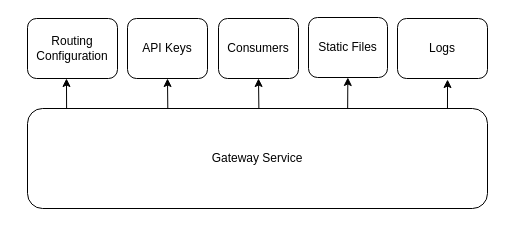
The draw.io diagram page "Components" (2 of 2) of Docs/Diagrams.drawio in PKPublicCode/SecuredApi, before the edit. Source tidied: cells renumbered, new cells numbered last; positions are measured from the earlier drawing's top-left corner, leaving out a move shared by most shapes. Both pictures are drawn from the tidied source at 100%, with x=0, y=0 at pixel (27, 17).
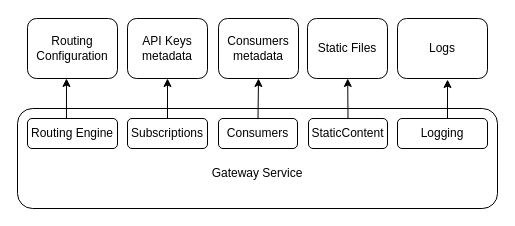
Above is the later version.

What changed in the source:
```diff
@@
 <mxGraphModel>
   <root>
     <mxCell id="0" />
     <mxCell id="1" parent="0" />
-    <mxCell id="2" value="Gateway Service" style="rounded=1;whiteSpace=wrap;html=1;" parent="1" vertex="1">
-      <mxGeometry y="91" width="460" height="100" as="geometry" />
+    <mxCell id="2" value="&lt;div&gt;&lt;br&gt;&lt;/div&gt;&lt;div&gt;&lt;br&gt;&lt;/div&gt;Gateway Service" style="rounded=1;whiteSpace=wrap;html=1;" parent="1" vertex="1">
+      <mxGeometry x="-10" y="91" width="480" height="100" as="geometry" />
     </mxCell>
     <mxCell id="3" value="Routing Configuration" style="rounded=1;whiteSpace=wrap;html=1;" parent="1" vertex="1">
       <mxGeometry y="1" width="90" height="60" as="geometry" />
     </mxCell>
-    <mxCell id="4" value="API Keys" style="rounded=1;whiteSpace=wrap;html=1;" parent="1" vertex="1">
+    <mxCell id="4" value="API Keys metadata" style="rounded=1;whiteSpace=wrap;html=1;" parent="1" vertex="1">
       <mxGeometry x="100" y="1" width="80" height="60" as="geometry" />
     </mxCell>
-    <mxCell id="5" value="Consumers" style="rounded=1;whiteSpace=wrap;html=1;" parent="1" vertex="1">
+    <mxCell id="5" value="Consumers metadata" style="rounded=1;whiteSpace=wrap;html=1;" parent="1" vertex="1">
       <mxGeometry x="191" y="1" width="80" height="60" as="geometry" />
     </mxCell>
     <mxCell id="6" value="Static Files" style="rounded=1;whiteSpace=wrap;html=1;" parent="1" vertex="1">
-      <mxGeometry x="281" width="79" height="60" as="geometry" />
+      <mxGeometry x="280" y="1" width="80" height="60" as="geometry" />
     </mxCell>
     <mxCell id="7" value="Logs" style="rounded=1;whiteSpace=wrap;html=1;" parent="1" vertex="1">
       <mxGeometry x="370" y="1" width="90" height="60" as="geometry" />
     </mxCell>
-    <mxCell id="8" style="endArrow=classic;html=1;rounded=0;exitX=0.085;exitY=0;exitDx=0;exitDy=0;exitPerimeter=0;entryX=0.433;entryY=1;entryDx=0;entryDy=0;entryPerimeter=0;" parent="1" edge="1" source="2" target="3">
+    <mxCell id="8" style="endArrow=classic;html=1;rounded=0;exitX=0.433;exitY=0;exitDx=0;exitDy=0;exitPerimeter=0;entryX=0.433;entryY=1;entryDx=0;entryDy=0;entryPerimeter=0;" parent="1" edge="1" source="13" target="3">
       <mxGeometry relative="1" as="geometry" />
     </mxCell>
-    <mxCell id="9" style="endArrow=classic;html=1;rounded=0;entryX=0.5;entryY=1;entryDx=0;entryDy=0;exitX=0.305;exitY=-0.002;exitDx=0;exitDy=0;exitPerimeter=0;" parent="1" edge="1" source="2" target="4">
+    <mxCell id="9" style="endArrow=classic;html=1;rounded=0;entryX=0.5;entryY=1;entryDx=0;entryDy=0;exitX=0.5;exitY=0;exitDx=0;exitDy=0;" parent="1" edge="1" source="14" target="4">
       <mxGeometry relative="1" as="geometry" />
     </mxCell>
-    <mxCell id="10" style="endArrow=classic;html=1;rounded=0;entryX=0.5;entryY=1;entryDx=0;entryDy=0;exitX=0.503;exitY=0;exitDx=0;exitDy=0;exitPerimeter=0;" parent="1" edge="1" source="2" target="5">
+    <mxCell id="10" style="endArrow=classic;html=1;rounded=0;entryX=0.5;entryY=1;entryDx=0;entryDy=0;exitX=0.5;exitY=0;exitDx=0;exitDy=0;" parent="1" edge="1" source="15" target="5">
       <mxGeometry relative="1" as="geometry" />
     </mxCell>
-    <mxCell id="11" style="endArrow=classic;html=1;rounded=0;exitX=0.696;exitY=0;exitDx=0;exitDy=0;exitPerimeter=0;" parent="1" edge="1" source="2" target="6">
+    <mxCell id="11" style="endArrow=classic;html=1;rounded=0;exitX=0.5;exitY=0;exitDx=0;exitDy=0;" parent="1" edge="1" source="16" target="6">
       <mxGeometry relative="1" as="geometry" />
     </mxCell>
-    <mxCell id="12" style="endArrow=classic;html=1;rounded=0;entryX=0.556;entryY=1.017;entryDx=0;entryDy=0;entryPerimeter=0;exitX=0.913;exitY=0.002;exitDx=0;exitDy=0;exitPerimeter=0;" parent="1" edge="1" source="2" target="7">
-      <mxGeometry relative="1" as="geometry" />
+    <mxCell id="12" style="endArrow=classic;html=1;rounded=0;entryX=0.556;entryY=1.017;entryDx=0;entryDy=0;entryPerimeter=0;" parent="1" edge="1" target="7">
+      <mxGeometry relative="1" as="geometry">
+        <mxPoint x="420" y="101" as="sourcePoint" />
+      </mxGeometry>
     </mxCell>
+    <mxCell id="13" value="Routing Engine" style="rounded=1;whiteSpace=wrap;html=1;" parent="1" vertex="1">
+      <mxGeometry y="101" width="90" height="30" as="geometry" />
+    </mxCell>
+    <mxCell id="14" value="Subscriptions" style="rounded=1;whiteSpace=wrap;html=1;" parent="1" vertex="1">
+      <mxGeometry x="100" y="101" width="80" height="30" as="geometry" />
+    </mxCell>
+    <mxCell id="15" value="Consumers" style="rounded=1;whiteSpace=wrap;html=1;" parent="1" vertex="1">
+      <mxGeometry x="191" y="101" width="79" height="30" as="geometry" />
+    </mxCell>
+    <mxCell id="16" value="StaticContent" style="rounded=1;whiteSpace=wrap;html=1;" parent="1" vertex="1">
+      <mxGeometry x="281" y="101" width="79" height="30" as="geometry" />
+    </mxCell>
+    <mxCell id="17" value="Logging" style="rounded=1;whiteSpace=wrap;html=1;" parent="1" vertex="1">
+      <mxGeometry x="370" y="101" width="90" height="30" as="geometry" />
+    </mxCell>
   </root>
 </mxGraphModel>
```
